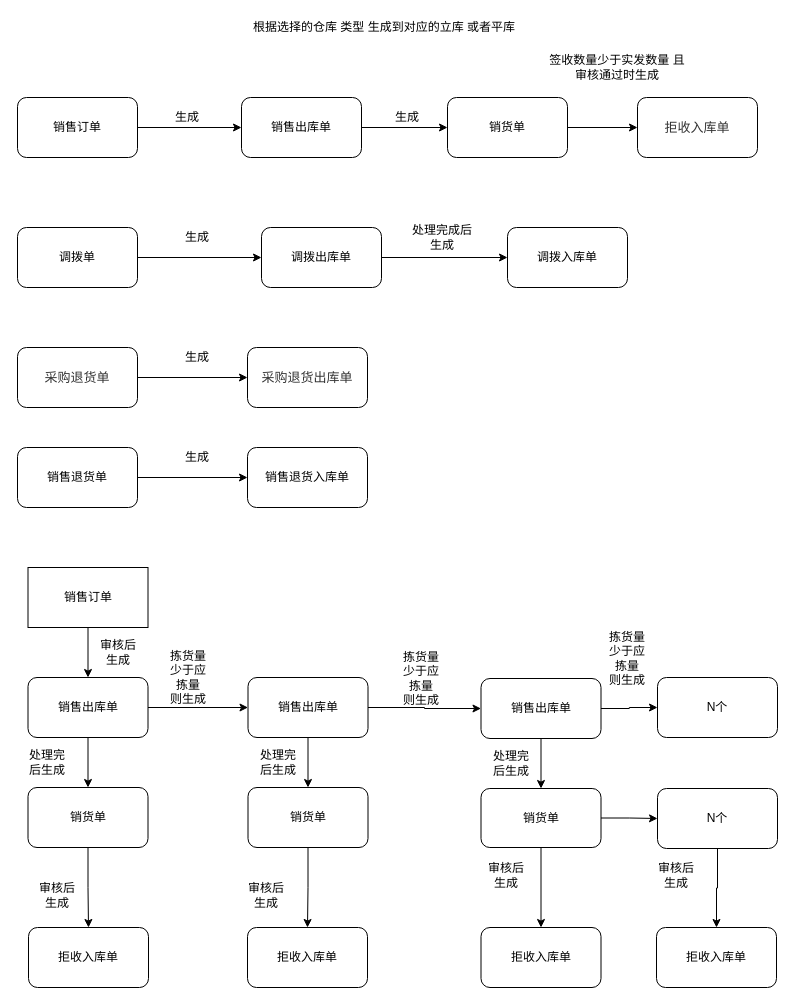
This is Untitled Diagram.drawio from ywspace/vs, a draw.io file, before an edit. Source tidied: cells renumbered, new cells numbered last; positions are measured from the earlier drawing's top-left corner, leaving out a move shared by most shapes. Both pictures are drawn from the tidied source at 100%, with x=0, y=0 at pixel (17, 17).
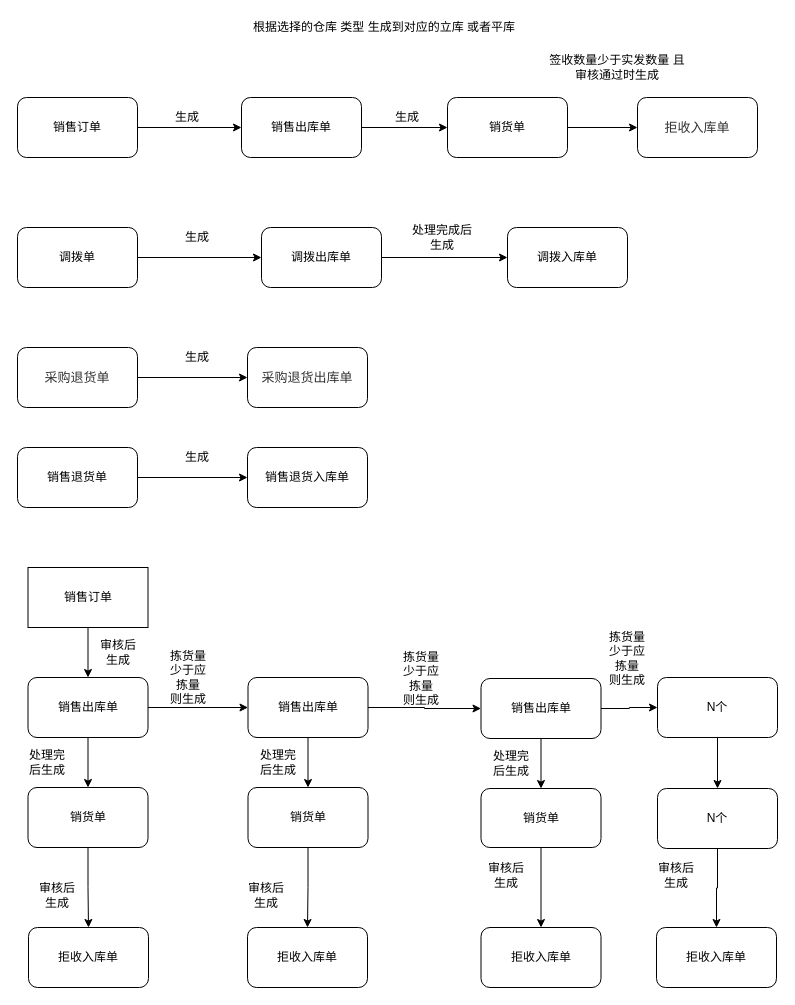
The same page after the edit.

The change refers to these unchanged cells:
```xml
<mxCell id="50" value="销货单" style="rounded=1;whiteSpace=wrap;html=1;" parent="1" vertex="1">
  <mxGeometry x="463.5" y="771" width="120" height="59" as="geometry" />
</mxCell>
<mxCell id="52" value="N个" style="rounded=1;whiteSpace=wrap;html=1;" parent="1" vertex="1">
  <mxGeometry x="640" y="660" width="120" height="60" as="geometry" />
</mxCell>
<mxCell id="54" value="N个" style="rounded=1;whiteSpace=wrap;html=1;" parent="1" vertex="1">
  <mxGeometry x="640" y="771" width="120" height="60" as="geometry" />
</mxCell>
```

Diff of the diagram source:
```diff
@@
-    <mxCell id="48" style="edgeStyle=orthogonalEdgeStyle;rounded=0;jettySize=auto;html=1;exitX=1;exitY=0.5;exitDx=0;exitDy=0;" parent="1" edge="1" source="50" target="54">
-      <mxGeometry relative="1" as="geometry" />
-    </mxCell>
@@
+    <mxCell id="64" style="edgeStyle=orthogonalEdgeStyle;rounded=0;jettySize=auto;html=1;exitX=0.5;exitY=1;exitDx=0;exitDy=0;" parent="1" edge="1" source="52" target="54">
+      <mxGeometry relative="1" as="geometry" />
+    </mxCell>
```
